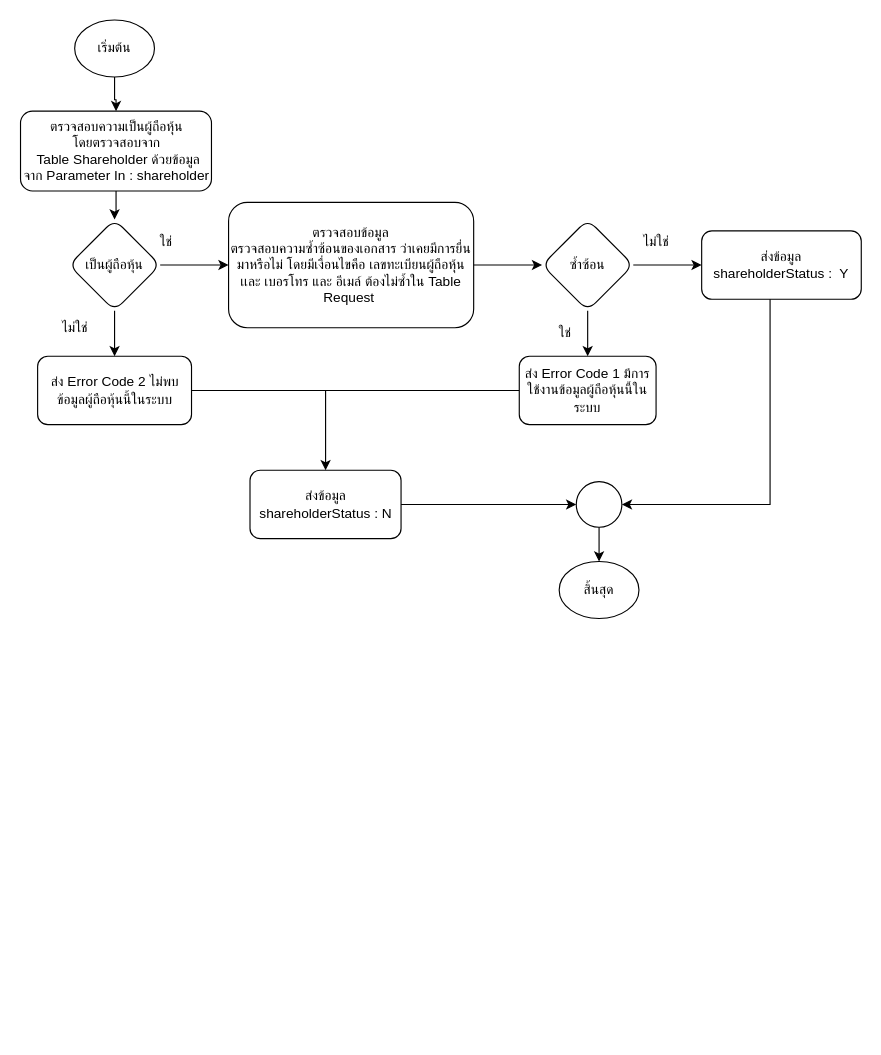
Earlier version of the draw.io diagram checkShareHolderAvailable.drawio (charifrodmanee/charifrodmanee). Source tidied: cells renumbered, new cells numbered last; positions are measured from the earlier drawing's top-left corner, leaving out a move shared by most shapes. Both pictures are drawn from the tidied source at 114%, with x=0, y=0 at pixel (19, 19).
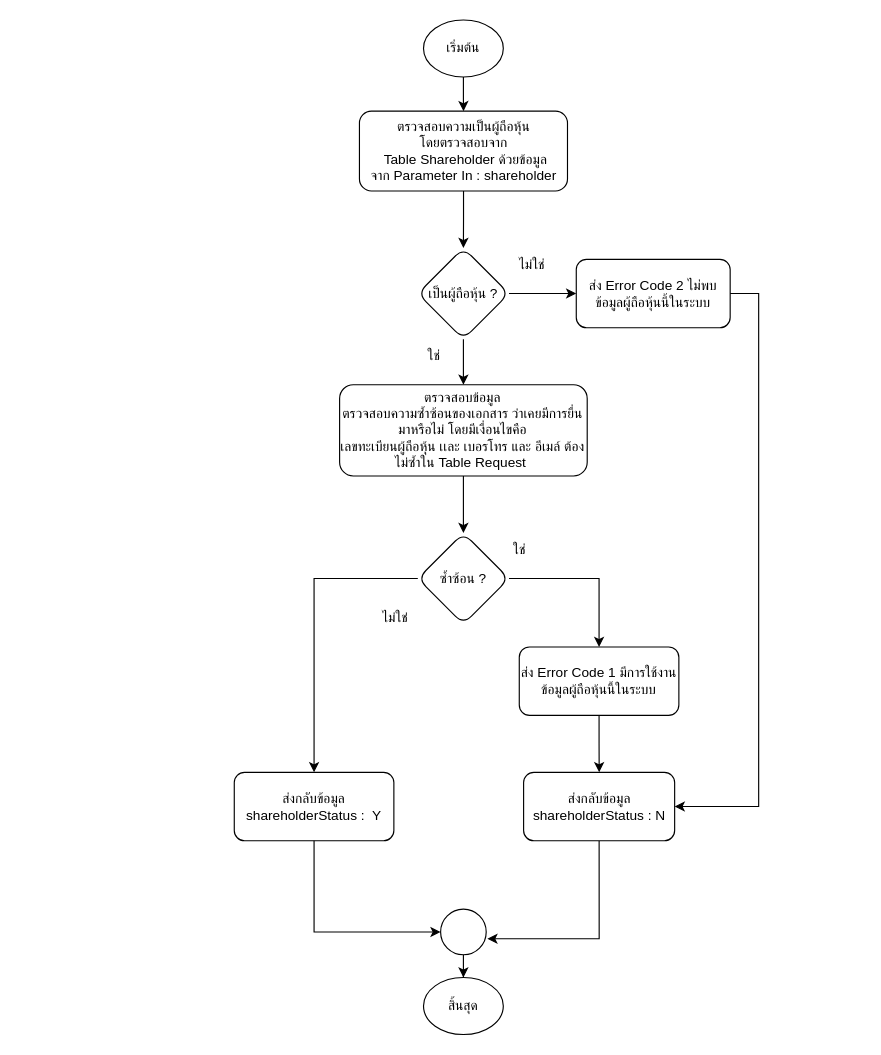
Above is the later version.

What changed in the source:
```diff
@@
     <mxCell id="3" value="เริ่มต้น" style="ellipse;whiteSpace=wrap;html=1;" parent="1" vertex="1">
-      <mxGeometry x="48" width="70" height="50" as="geometry" />
+      <mxGeometry x="354" width="70" height="50" as="geometry" />
     </mxCell>
     <mxCell id="4" value="ตรวจสอบความเป็นผู้ถือหุ้น &lt;br&gt;โดยตรวจสอบจาก&lt;br&gt;&amp;nbsp;Table Shareholder ด้วยข้อมูล&lt;br&gt;จาก Parameter In : shareholder" style="whiteSpace=wrap;html=1;rounded=1;" parent="1" vertex="1">
-      <mxGeometry x="0.5" y="80" width="167.5" height="70" as="geometry" />
+      <mxGeometry x="297.8" y="80" width="182.5" height="70" as="geometry" />
     </mxCell>
-    <mxCell id="5" value="เป็นผู้ถือหุ้น" style="rhombus;whiteSpace=wrap;html=1;rounded=1;" parent="1" vertex="1">
-      <mxGeometry x="43" y="175" width="80" height="80" as="geometry" />
+    <mxCell id="5" value="เป็นผู้ถือหุ้น ?" style="rhombus;whiteSpace=wrap;html=1;rounded=1;" parent="1" vertex="1">
+      <mxGeometry x="349" y="200" width="80" height="80" as="geometry" />
     </mxCell>
@@
     <mxCell id="7" value="ไม่ใช่" style="text;html=1;align=center;verticalAlign=middle;strokeColor=none;fillColor=none;" parent="1" vertex="1">
-      <mxGeometry x="23" y="255" width="50" height="30" as="geometry" />
+      <mxGeometry x="424" y="200" width="50" height="30" as="geometry" />
     </mxCell>
     <mxCell id="8" value="ส่ง Error Code 2 ไม่พบข้อมูลผู้ถือหุ้นนี้ในระบบ" style="whiteSpace=wrap;html=1;rounded=1;" parent="1" vertex="1">
-      <mxGeometry x="15.5" y="295" width="135" height="60" as="geometry" />
+      <mxGeometry x="488" y="210" width="135" height="60" as="geometry" />
     </mxCell>
@@
-    <mxCell id="10" value="ตรวจสอบข้อมูล&lt;br&gt;ตรวจสอบความซ้ำซ้อนของเอกสาร ว่าเคยมีการยื่นมาหรือไม่ โดยมีเงื่อนไขคือ เลขทะเบียนผู้ถือหุ้น เเละ เบอรโทร และ อีเมล์ ต้องไม่ซ้ำใน Table Request&amp;nbsp;" style="whiteSpace=wrap;html=1;rounded=1;" parent="1" vertex="1">
-      <mxGeometry x="183" y="160" width="215" height="110" as="geometry" />
+    <mxCell id="10" value="ตรวจสอบข้อมูล&lt;br&gt;ตรวจสอบความซ้ำซ้อนของเอกสาร ว่าเคยมีการยื่นมาหรือไม่ โดยมีเงื่อนไขคือ &lt;br&gt;เลขทะเบียนผู้ถือหุ้น เเละ เบอรโทร และ อีเมล์ ต้องไม่ซ้ำใน Table Request&amp;nbsp;" style="whiteSpace=wrap;html=1;rounded=1;" parent="1" vertex="1">
+      <mxGeometry x="280.4" y="320" width="217.2" height="80" as="geometry" />
     </mxCell>
@@
     <mxCell id="12" value="ใช่" style="text;html=1;align=center;verticalAlign=middle;strokeColor=none;fillColor=none;" parent="1" vertex="1">
-      <mxGeometry x="108" y="180" width="40" height="30" as="geometry" />
+      <mxGeometry x="343" y="280" width="40" height="30" as="geometry" />
     </mxCell>
-    <mxCell id="13" value="ซ้ำซ้อน" style="rhombus;whiteSpace=wrap;html=1;rounded=1;" parent="1" vertex="1">
-      <mxGeometry x="458" y="175" width="80" height="80" as="geometry" />
+    <mxCell id="13" value="ซ้ำซ้อน ?" style="rhombus;whiteSpace=wrap;html=1;rounded=1;" parent="1" vertex="1">
+      <mxGeometry x="349" y="450" width="80" height="80" as="geometry" />
     </mxCell>
@@
-    <mxCell id="15" style="edgeStyle=orthogonalEdgeStyle;rounded=0;jettySize=auto;html=1;endArrow=none;endFill=0;" parent="1" edge="1" source="16">
-      <mxGeometry relative="1" as="geometry">
-        <mxPoint x="268" y="325" as="targetPoint" />
-      </mxGeometry>
-    </mxCell>
+    <mxCell id="29" style="edgeStyle=orthogonalEdgeStyle;rounded=0;jettySize=auto;html=1;endArrow=classic;endFill=1;" parent="1" edge="1" source="16" target="22">
+      <mxGeometry relative="1" as="geometry" />
+    </mxCell>
     <mxCell id="16" value="ส่ง Error Code 1 มีการใช้งานข้อมูลผู้ถือหุ้นนี้ในระบบ" style="whiteSpace=wrap;html=1;rounded=1;" parent="1" vertex="1">
-      <mxGeometry x="438" y="295" width="120" height="60" as="geometry" />
+      <mxGeometry x="438" y="550" width="140" height="60" as="geometry" />
     </mxCell>
@@
-    <mxCell id="18" value="ส่งข้อมูล&lt;br&gt;shareholderStatus :&amp;nbsp; Y" style="whiteSpace=wrap;html=1;rounded=1;" parent="1" vertex="1">
-      <mxGeometry x="598" y="185" width="140" height="60" as="geometry" />
+    <mxCell id="18" value="ส่งกลับข้อมูล&lt;br&gt;shareholderStatus :&amp;nbsp; Y" style="whiteSpace=wrap;html=1;rounded=1;" parent="1" vertex="1">
+      <mxGeometry x="188" y="660" width="140" height="60" as="geometry" />
     </mxCell>
@@
     <mxCell id="20" value="ไม่ใช่" style="text;html=1;align=center;verticalAlign=middle;strokeColor=none;fillColor=none;" parent="1" vertex="1">
-      <mxGeometry x="533" y="180" width="50" height="30" as="geometry" />
+      <mxGeometry x="304" y="510" width="50" height="30" as="geometry" />
     </mxCell>
     <mxCell id="21" value="ใช่" style="text;html=1;align=center;verticalAlign=middle;strokeColor=none;fillColor=none;" parent="1" vertex="1">
-      <mxGeometry x="458" y="260" width="40" height="30" as="geometry" />
+      <mxGeometry x="418" y="450" width="40" height="30" as="geometry" />
     </mxCell>
+    <mxCell id="26" style="edgeStyle=orthogonalEdgeStyle;rounded=0;jettySize=auto;html=1;entryX=1.025;entryY=0.65;entryDx=0;entryDy=0;entryPerimeter=0;endArrow=classic;endFill=1;exitX=0.5;exitY=1;exitDx=0;exitDy=0;" parent="1" edge="1" source="22" target="24">
+      <mxGeometry relative="1" as="geometry">
+        <Array as="points">
+          <mxPoint x="508" y="806" />
+        </Array>
+      </mxGeometry>
+    </mxCell>
-    <mxCell id="22" value="ส่งข้อมูล&lt;br&gt;shareholderStatus : N" style="whiteSpace=wrap;html=1;rounded=1;" parent="1" vertex="1">
-      <mxGeometry x="201.8" y="395" width="132.5" height="60" as="geometry" />
+    <mxCell id="22" value="ส่งกลับข้อมูล&lt;br&gt;shareholderStatus : N" style="whiteSpace=wrap;html=1;rounded=1;" parent="1" vertex="1">
+      <mxGeometry x="441.8" y="660" width="132.5" height="60" as="geometry" />
     </mxCell>
     <mxCell id="23" style="edgeStyle=orthogonalEdgeStyle;rounded=0;jettySize=auto;html=1;" parent="1" edge="1" source="8" target="22">
-      <mxGeometry relative="1" as="geometry" />
+      <mxGeometry relative="1" as="geometry">
+        <Array as="points">
+          <mxPoint x="648" y="240" />
+          <mxPoint x="648" y="690" />
+        </Array>
+      </mxGeometry>
     </mxCell>
     <mxCell id="24" style="ellipse;whiteSpace=wrap;html=1;rounded=1;" parent="1" vertex="1">
-      <mxGeometry x="488" y="405" width="40" height="40" as="geometry" />
+      <mxGeometry x="369" y="780" width="40" height="40" as="geometry" />
     </mxCell>
     <mxCell id="25" style="edgeStyle=orthogonalEdgeStyle;rounded=0;jettySize=auto;html=1;endArrow=classic;endFill=1;" parent="1" edge="1" source="18" target="24">
       <mxGeometry relative="1" as="geometry">
         <Array as="points">
-          <mxPoint x="658" y="425" />
+          <mxPoint x="258" y="800" />
         </Array>
       </mxGeometry>
     </mxCell>
-    <mxCell id="26" style="edgeStyle=orthogonalEdgeStyle;rounded=0;jettySize=auto;html=1;entryX=0;entryY=0.5;entryDx=0;entryDy=0;endArrow=classic;endFill=1;" parent="1" edge="1" source="22" target="24">
-      <mxGeometry relative="1" as="geometry" />
-    </mxCell>
     <mxCell id="27" value="สิ้นสุด" style="ellipse;whiteSpace=wrap;html=1;" parent="1" vertex="1">
-      <mxGeometry x="473" y="475" width="70" height="50" as="geometry" />
+      <mxGeometry x="354" y="840" width="70" height="50" as="geometry" />
     </mxCell>
```
